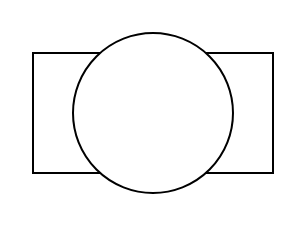
Before: 未命名绘图.drawio in fanguandeng/fan, a draw.io diagram. Source tidied: cells renumbered, new cells numbered last; positions are measured from the earlier drawing's top-left corner, leaving out a move shared by most shapes. Both pictures are drawn from the tidied source at 200%, with x=0, y=0 at pixel (32, 32).
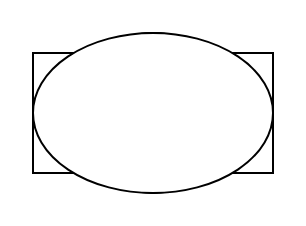
The same diagram, later.

Diff of the diagram source:
```diff
@@
 <mxGraphModel>
   <root>
     <mxCell id="0" />
     <mxCell id="1" parent="0" />
     <mxCell id="2" style="rounded=1;whiteSpace=wrap;html=1;" parent="1" vertex="1">
       <mxGeometry y="10" width="120" height="60" as="geometry" />
     </mxCell>
     <mxCell id="3" style="rounded=0;whiteSpace=wrap;html=1;" parent="1" vertex="1">
       <mxGeometry y="10" width="120" height="60" as="geometry" />
     </mxCell>
     <mxCell id="4" style="ellipse;whiteSpace=wrap;html=1;" parent="1" vertex="1">
       <mxGeometry x="20" width="80" height="80" as="geometry" />
     </mxCell>
+    <mxCell id="5" style="ellipse;whiteSpace=wrap;html=1;" parent="1" vertex="1">
+      <mxGeometry width="120" height="80" as="geometry" />
+    </mxCell>
   </root>
 </mxGraphModel>
```
